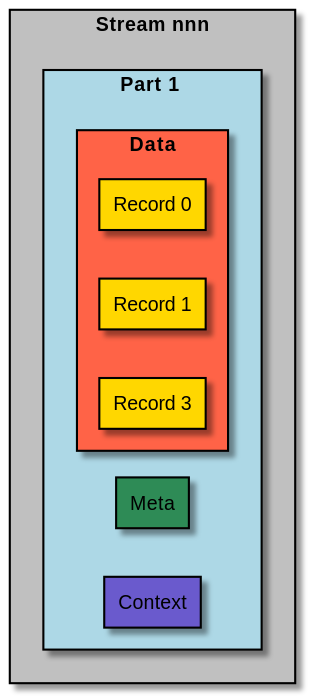
The PlantUML diagram legacy/images/user-guide/concepts/streams/segmented-stream.puml.svg in gchq/stroom-docs, before a commit.
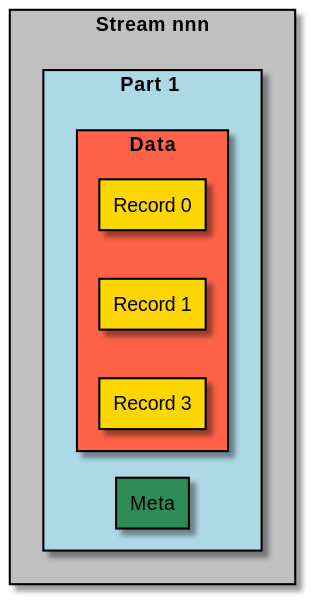
Later version of the same file.

What changed in the source:
```diff
@@ -13,8 +13,6 @@
         }
         rectangle "Meta" #SeaGreen {
         }
-        rectangle "Context" #SlateBlue {
-        }
     }
 }
 
```
